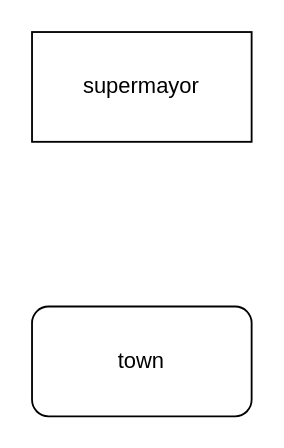
Before: screeps.drawio in xiejizhen007/storage, a draw.io diagram. Source tidied: cells renumbered, new cells numbered last; positions are measured from the earlier drawing's top-left corner, leaving out a move shared by most shapes. Both pictures are drawn from the tidied source at 183%, with x=0, y=0 at pixel (31, 31).
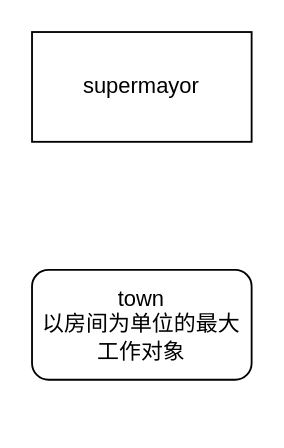
The same page after the edit.

The edit, as a diff of the source:
```diff
@@
 <mxGraphModel>
   <root>
     <mxCell id="0" />
     <mxCell id="1" parent="0" />
     <mxCell id="2" value="supermayor" style="rounded=0;whiteSpace=wrap;html=1;" parent="1" vertex="1">
       <mxGeometry width="120" height="60" as="geometry" />
     </mxCell>
-    <mxCell id="3" value="town" style="rounded=1;whiteSpace=wrap;html=1;" parent="1" vertex="1">
-      <mxGeometry y="150" width="120" height="60" as="geometry" />
-    </mxCell>
+    <mxCell id="4" value="town&lt;br&gt;以房间为单位的最大工作对象" style="rounded=1;whiteSpace=wrap;html=1;" parent="1" vertex="1">
+      <mxGeometry y="130" width="120" height="60" as="geometry" />
+    </mxCell>
   </root>
 </mxGraphModel>
```
